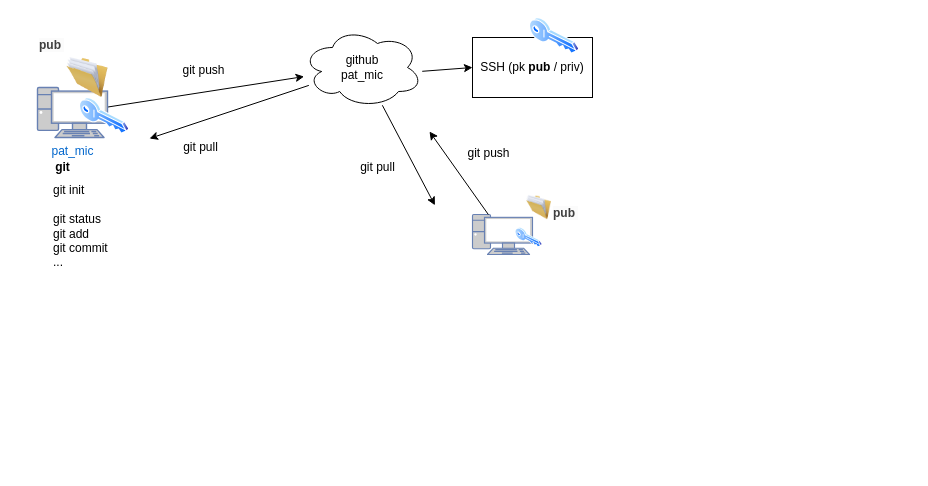
The draw.io diagram page "Page-1" (1 of 2) of assets/pizarrra.drawio in patmic/borraGit, before the edit. Source tidied: cells renumbered, new cells numbered last; positions are measured from the earlier drawing's top-left corner, leaving out a move shared by most shapes. Both pictures are drawn from the tidied source at 100%, with x=0, y=0 at pixel (37, 17). Pictures stored in the file or linked from it are replaced by grey dashed boxes.
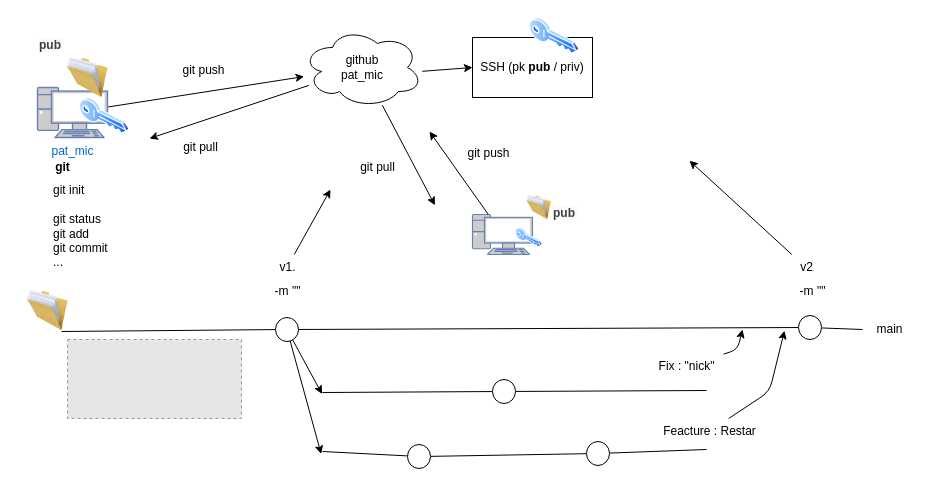
After the change.

Commit message (it also covers changes not shown here):
Fix: cambio del nick

Diff of the diagram source:
```diff
@@
+    <mxCell id="24" style="endArrow=none;html=1;" parent="1" edge="1" source="45">
+      <mxGeometry relative="1" as="geometry">
+        <mxPoint x="825" y="312" as="targetPoint" />
+      </mxGeometry>
+    </mxCell>
+    <mxCell id="25" style="image;html=1;image=img/lib/clip_art/general/Full_Folder_128x128.png;" parent="1" vertex="1">
+      <mxGeometry x="-20" y="273" width="60" height="40" as="geometry" />
+    </mxCell>
+    <mxCell id="26" style="fillColor=#E6E6E6;strokeColor=#999999;dashed=1;verticalLabelPosition=bottom;labelBackgroundColor=default;verticalAlign=top;" parent="1" vertex="1">
+      <mxGeometry x="30" y="322" width="174" height="79" as="geometry" />
+    </mxCell>
+    <mxCell id="27" style="endArrow=none;html=1;" parent="1" edge="1" target="30">
+      <mxGeometry relative="1" as="geometry">
+        <mxPoint x="24" y="314" as="sourcePoint" />
+      </mxGeometry>
+    </mxCell>
+    <mxCell id="28" style="edgeStyle=none;html=1;" parent="1" edge="1" source="30">
+      <mxGeometry relative="1" as="geometry">
+        <mxPoint x="284.5" y="376.5" as="targetPoint" />
+      </mxGeometry>
+    </mxCell>
+    <mxCell id="29" style="edgeStyle=none;html=1;" parent="1" edge="1" source="30">
+      <mxGeometry relative="1" as="geometry">
+        <mxPoint x="283.7" y="436.5" as="targetPoint" />
+      </mxGeometry>
+    </mxCell>
+    <mxCell id="30" style="ellipse;whiteSpace=wrap;html=1;" parent="1" vertex="1">
+      <mxGeometry x="238" y="300" width="23" height="24" as="geometry" />
+    </mxCell>
+    <mxCell id="31" value="-m &quot;&quot;" style="text;html=1;align=center;verticalAlign=middle;strokeColor=none;fillColor=none;" parent="1" vertex="1">
+      <mxGeometry x="227.5" y="261" width="44" height="26" as="geometry" />
+    </mxCell>
+    <mxCell id="32" style="endArrow=none;html=1;" parent="1" edge="1" source="39">
+      <mxGeometry relative="1" as="geometry">
+        <mxPoint x="669" y="373" as="targetPoint" />
+      </mxGeometry>
+    </mxCell>
+    <mxCell id="33" style="edgeStyle=none;html=1;" parent="1" edge="1" source="34">
+      <mxGeometry relative="1" as="geometry">
+        <mxPoint x="705" y="312" as="targetPoint" />
+        <Array as="points">
+          <mxPoint x="700" y="332" />
+        </Array>
+      </mxGeometry>
+    </mxCell>
+    <mxCell id="34" value="Fix : &quot;nick&quot;" style="text;html=1;align=center;verticalAlign=middle;points=[];strokeColor=none;fillColor=none;" parent="1" vertex="1">
+      <mxGeometry x="612" y="336" width="74" height="26" as="geometry" />
+    </mxCell>
+    <mxCell id="35" style="endArrow=none;html=1;" parent="1" edge="1" source="41">
+      <mxGeometry relative="1" as="geometry">
+        <mxPoint x="669" y="432" as="targetPoint" />
+      </mxGeometry>
+    </mxCell>
+    <mxCell id="36" style="edgeStyle=none;html=1;" parent="1" edge="1" source="37">
+      <mxGeometry relative="1" as="geometry">
+        <mxPoint x="747" y="313.2" as="targetPoint" />
+        <Array as="points">
+          <mxPoint x="732" y="374" />
+        </Array>
+      </mxGeometry>
+    </mxCell>
+    <mxCell id="37" value="Feacture : Restar" style="text;html=1;align=center;verticalAlign=middle;points=[];strokeColor=none;fillColor=none;" parent="1" vertex="1">
+      <mxGeometry x="616" y="401" width="111" height="26" as="geometry" />
+    </mxCell>
+    <mxCell id="38" style="endArrow=none;html=1;" parent="1" edge="1" target="39">
+      <mxGeometry relative="1" as="geometry">
+        <mxPoint x="285" y="375" as="sourcePoint" />
+      </mxGeometry>
+    </mxCell>
+    <mxCell id="39" style="ellipse;whiteSpace=wrap;html=1;" parent="1" vertex="1">
+      <mxGeometry x="455" y="362" width="23" height="24" as="geometry" />
+    </mxCell>
+    <mxCell id="40" style="endArrow=none;html=1;" parent="1" edge="1" source="43" target="41">
+      <mxGeometry relative="1" as="geometry" />
+    </mxCell>
+    <mxCell id="41" style="ellipse;whiteSpace=wrap;html=1;" parent="1" vertex="1">
+      <mxGeometry x="549" y="424" width="23" height="24" as="geometry" />
+    </mxCell>
+    <mxCell id="42" style="endArrow=none;html=1;" parent="1" edge="1" target="43">
+      <mxGeometry relative="1" as="geometry">
+        <mxPoint x="285" y="434" as="sourcePoint" />
+      </mxGeometry>
+    </mxCell>
+    <mxCell id="43" style="ellipse;whiteSpace=wrap;html=1;" parent="1" vertex="1">
+      <mxGeometry x="370" y="427" width="23" height="24" as="geometry" />
+    </mxCell>
+    <mxCell id="44" style="endArrow=none;html=1;" parent="1" edge="1" source="30" target="45">
+      <mxGeometry relative="1" as="geometry" />
+    </mxCell>
+    <mxCell id="45" style="ellipse;whiteSpace=wrap;html=1;" parent="1" vertex="1">
+      <mxGeometry x="761" y="298" width="23" height="24" as="geometry" />
+    </mxCell>
+    <mxCell id="46" style="edgeStyle=none;html=1;" parent="1" edge="1" source="47">
+      <mxGeometry relative="1" as="geometry">
+        <mxPoint x="293" y="172" as="targetPoint" />
+      </mxGeometry>
+    </mxCell>
+    <mxCell id="47" value="v1." style="text;html=1;align=center;verticalAlign=middle;points=[];strokeColor=none;fillColor=none;" parent="1" vertex="1">
+      <mxGeometry x="232.5" y="237" width="34" height="26" as="geometry" />
+    </mxCell>
+    <mxCell id="48" value="-m &quot;&quot;" style="text;html=1;align=center;verticalAlign=middle;strokeColor=none;fillColor=none;" parent="1" vertex="1">
+      <mxGeometry x="753" y="261" width="44" height="26" as="geometry" />
+    </mxCell>
+    <mxCell id="49" style="edgeStyle=none;html=1;" parent="1" edge="1" source="50">
+      <mxGeometry relative="1" as="geometry">
+        <mxPoint x="652" y="143.2" as="targetPoint" />
+      </mxGeometry>
+    </mxCell>
+    <mxCell id="50" value="v2" style="text;html=1;align=center;verticalAlign=middle;points=[];strokeColor=none;fillColor=none;" parent="1" vertex="1">
+      <mxGeometry x="753" y="237" width="31" height="26" as="geometry" />
+    </mxCell>
+    <mxCell id="51" value="main" style="text;html=1;align=center;verticalAlign=middle;strokeColor=none;fillColor=none;" parent="1" vertex="1">
+      <mxGeometry x="830" y="299" width="44" height="26" as="geometry" />
+    </mxCell>
```
